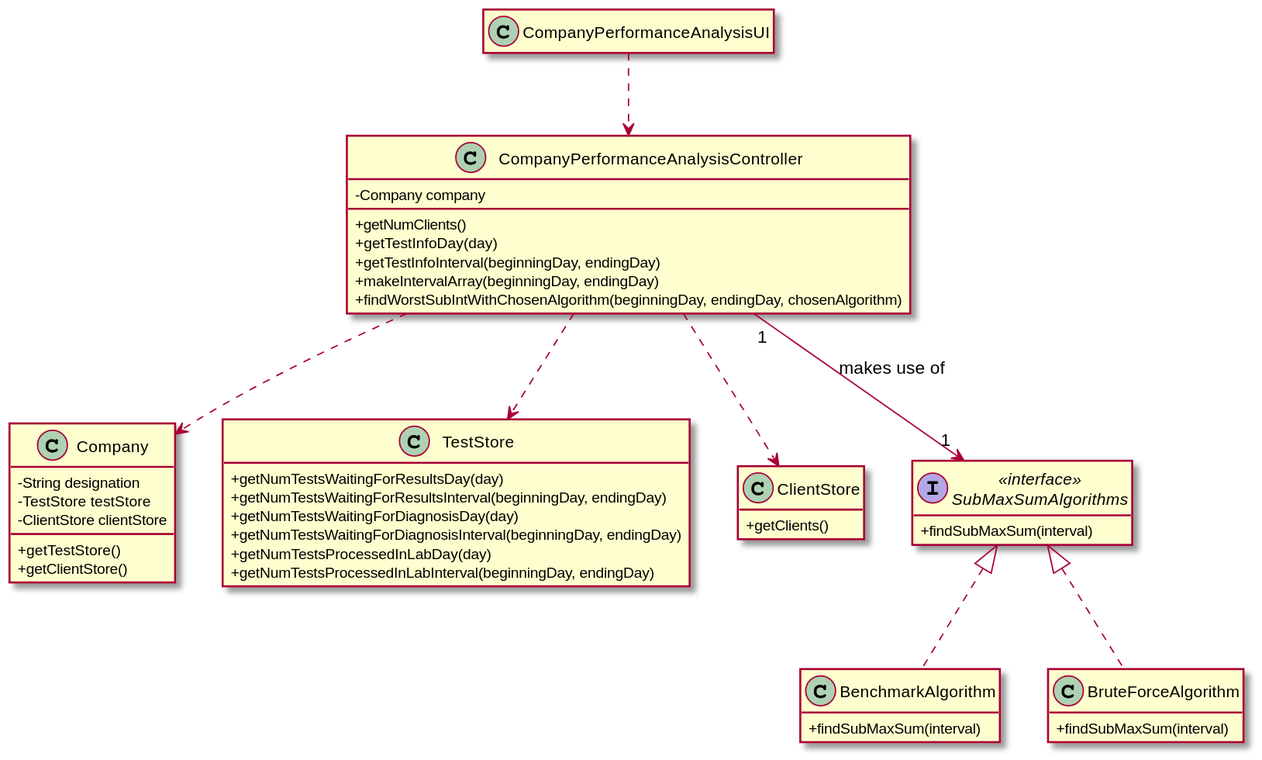
The PlantUML diagram docs/SprintD/US_16/US016_CD.svg in ana-albergaria/LAPR2-ISEP, before a commit.
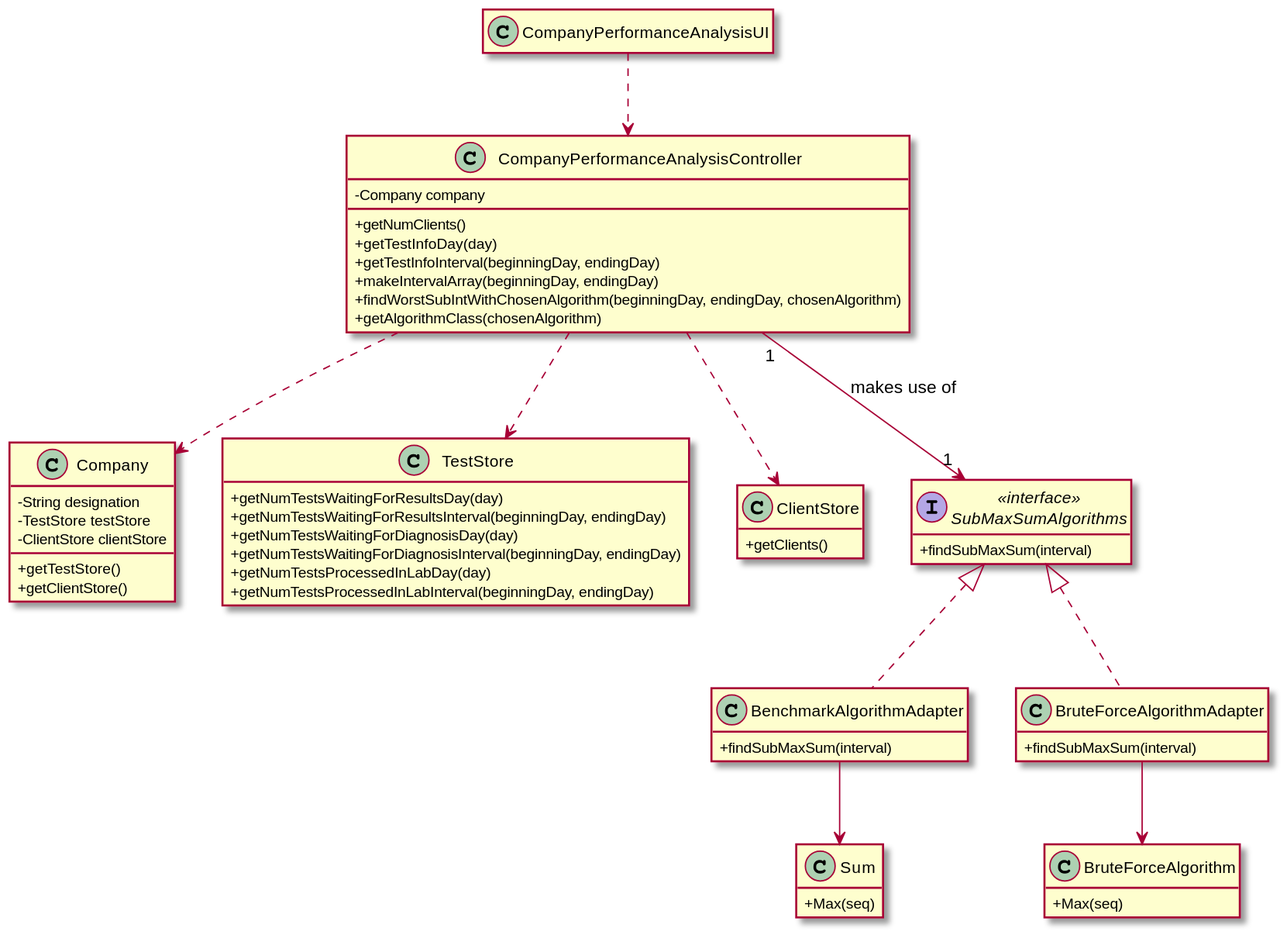
After the change.

The edit, as a diff of the source:
```diff
@@ -31,6 +31,7 @@
     +getTestInfoInterval(beginningDay, endingDay)
     +makeIntervalArray(beginningDay, endingDay)
     +findWorstSubIntWithChosenAlgorithm(beginningDay, endingDay, chosenAlgorithm)
+    +getAlgorithmClass(chosenAlgorithm)
 }
 
 class CompanyPerformanceAnalysisUI{
@@ -40,12 +41,20 @@
     +findSubMaxSum(interval)
 }
 
-class BenchmarkAlgorithm{
+class BenchmarkAlgorithmAdapter{
     +findSubMaxSum(interval)
 }
 
+class BruteForceAlgorithmAdapter{
+    +findSubMaxSum(interval)
+}
+
+class Sum{
+    +Max(seq)
+}
+
 class BruteForceAlgorithm{
-    +findSubMaxSum(interval)
+    +Max(seq)
 }
 
 CompanyPerformanceAnalysisUI ..> CompanyPerformanceAnalysisController
@@ -53,8 +62,10 @@
 CompanyPerformanceAnalysisController ..> ClientStore
 CompanyPerformanceAnalysisController ..> TestStore
 CompanyPerformanceAnalysisController "1" --> "1" SubMaxSumAlgorithms : makes use of
+BenchmarkAlgorithmAdapter --> Sum
+BruteForceAlgorithmAdapter --> BruteForceAlgorithm
 
-class BenchmarkAlgorithm implements SubMaxSumAlgorithms
-class BruteForceAlgorithm implements SubMaxSumAlgorithms
+class BenchmarkAlgorithmAdapter implements SubMaxSumAlgorithms
+class BruteForceAlgorithmAdapter implements SubMaxSumAlgorithms
 
 @enduml
```
